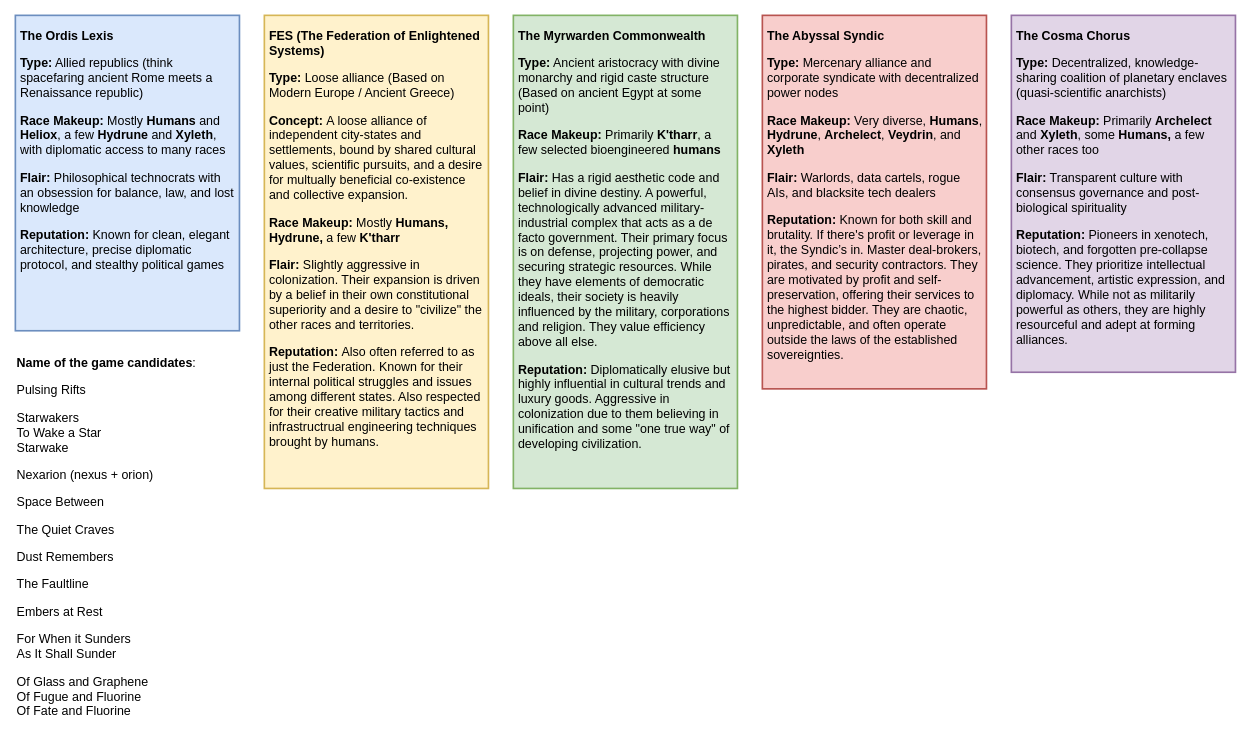
This is page "Factions" (1 of 4) of narratives/narrative world.drawio from eerieA/game-nexarion, a draw.io file, before an edit. Source tidied: cells renumbered, new cells numbered last; positions are measured from the earlier drawing's top-left corner, leaving out a move shared by most shapes. Both pictures are drawn from the tidied source at 83%, with x=0, y=0 at pixel (15, 15).
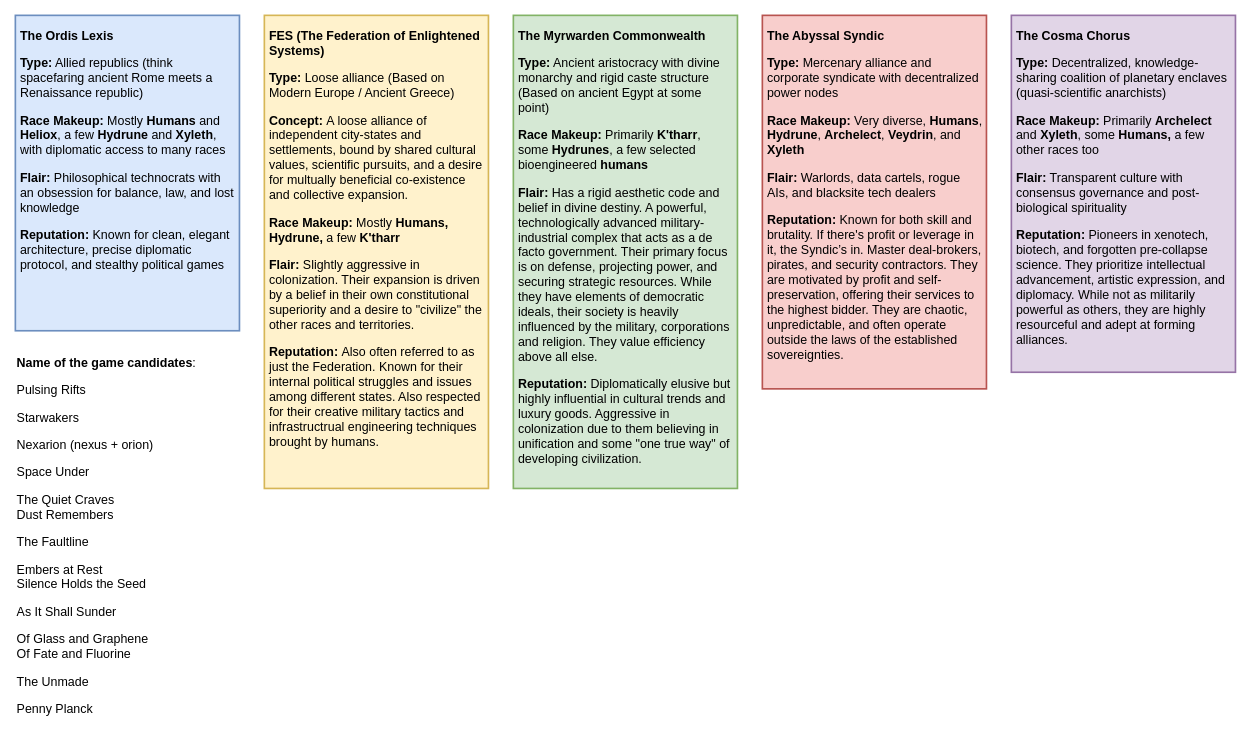
After the change.

The edit, as a diff of the source:
```diff
@@
 <mxGraphModel>
   <root>
     <mxCell id="0" />
     <mxCell id="1" parent="0" />
     <mxCell id="2" value="&lt;p&gt;&lt;strong&gt;The Ordis Lexis&lt;/strong&gt;&lt;/p&gt;&lt;p&gt;&lt;strong&gt;Type:&lt;/strong&gt; Allied republics (think spacefaring ancient Rome meets a Renaissance republic)&lt;/p&gt;&lt;p&gt;&lt;strong&gt;Race Makeup:&lt;/strong&gt; Mostly &lt;strong&gt;Humans&lt;/strong&gt; and &lt;strong&gt;Heliox&lt;/strong&gt;, a few &lt;strong&gt;Hydrune&lt;/strong&gt; and &lt;strong&gt;Xyleth&lt;/strong&gt;, with diplomatic access to many races&lt;/p&gt;&lt;p&gt;&lt;strong&gt;Flair:&lt;/strong&gt; Philosophical technocrats with an obsession for balance, law, and lost knowledge&lt;/p&gt;&lt;p&gt;&lt;strong&gt;Reputation:&lt;/strong&gt; Known for clean, elegant architecture, precise diplomatic protocol, and stealthy political games&lt;/p&gt;" style="rounded=0;whiteSpace=wrap;html=1;fillColor=#dae8fc;strokeColor=#6c8ebf;align=left;fontSize=15;verticalAlign=top;labelBackgroundColor=none;spacing=6;spacingTop=-10;strokeWidth=2;" parent="1" vertex="1">
       <mxGeometry width="270" height="380" as="geometry" />
     </mxCell>
     <mxCell id="3" value="&lt;p&gt;&lt;strong&gt;FES (&lt;/strong&gt;&lt;span style=&quot;background-color: transparent;&quot;&gt;&lt;b&gt;The Federation of Enlightened Systems&lt;/b&gt;&lt;/span&gt;&lt;strong style=&quot;background-color: transparent; color: light-dark(rgb(0, 0, 0), rgb(255, 255, 255));&quot;&gt;)&lt;/strong&gt;&lt;/p&gt;&lt;p&gt;&lt;strong&gt;Type:&lt;/strong&gt;&amp;nbsp;Loose alliance (Based on Modern Europe / Ancient Greece)&lt;/p&gt;&lt;p&gt;&lt;strong&gt;Concept:&lt;/strong&gt;&amp;nbsp;A loose alliance of independent city-states and settlements, bound by shared cultural values, scientific pursuits, and a desire for multually beneficial co-existence and collective expansion.&lt;/p&gt;&lt;p&gt;&lt;strong&gt;Race Makeup:&lt;/strong&gt; Mostly &lt;strong&gt;Humans, Hydrune, &lt;/strong&gt;a few &lt;strong&gt;K'tharr&lt;/strong&gt;&lt;/p&gt;&lt;p&gt;&lt;strong&gt;Flair:&lt;/strong&gt; Slightly aggressive in colonization. Their expansion is driven by a belief in their own constitutional superiority and a desire to &quot;civilize&quot; the other races and territories.&lt;/p&gt;&lt;p&gt;&lt;strong&gt;Reputation:&lt;/strong&gt;&amp;nbsp;Also often referred to as just the Federation. Known for their internal political struggles and issues among different states. Also respected for their creative military tactics and infrastructrual engineering techniques brought by humans.&lt;/p&gt;" style="rounded=0;whiteSpace=wrap;html=1;fillColor=#fff2cc;strokeColor=#d6b656;align=left;fontSize=15;verticalAlign=top;labelBackgroundColor=none;spacing=6;spacingTop=-10;strokeWidth=2;" parent="1" vertex="1">
       <mxGeometry x="300" width="270" height="570" as="geometry" />
     </mxCell>
-    <mxCell id="4" value="&lt;p&gt;&lt;strong&gt;The Myrwarden Commonwealth&lt;/strong&gt;&lt;/p&gt;&lt;p&gt;&lt;strong&gt;Type:&lt;/strong&gt; Ancient aristocracy with divine monarchy and rigid caste structure (Based on ancient Egypt at some point)&lt;/p&gt;&lt;p&gt;&lt;strong&gt;Race Makeup:&lt;/strong&gt; Primarily &lt;strong&gt;K'tharr&lt;/strong&gt;, a few selected bioengineered &lt;strong&gt;humans&lt;/strong&gt;&lt;/p&gt;&lt;p&gt;&lt;strong&gt;Flair:&lt;/strong&gt; Has a rigid aesthetic code and belief in divine destiny. A powerful, technologically advanced military-industrial complex that acts as a de facto government. Their primary focus is on defense, projecting power, and securing strategic resources. While they have elements of democratic ideals, their society is heavily influenced by the military, corporations and religion. They value efficiency above all else.&lt;/p&gt;&lt;p&gt;&lt;strong&gt;Reputation:&lt;/strong&gt; Diplomatically elusive but highly influential in cultural trends and luxury goods. Aggressive in colonization due to them believing in unification and some &quot;one true way&quot; of developing civilization.&lt;/p&gt;" style="rounded=0;whiteSpace=wrap;html=1;fillColor=#d5e8d4;strokeColor=#82b366;align=left;fontSize=15;verticalAlign=top;labelBackgroundColor=none;spacing=6;spacingTop=-10;strokeWidth=2;" parent="1" vertex="1">
+    <mxCell id="4" value="&lt;p&gt;&lt;strong&gt;The Myrwarden Commonwealth&lt;/strong&gt;&lt;/p&gt;&lt;p&gt;&lt;strong&gt;Type:&lt;/strong&gt; Ancient aristocracy with divine monarchy and rigid caste structure (Based on ancient Egypt at some point)&lt;/p&gt;&lt;p&gt;&lt;strong&gt;Race Makeup:&lt;/strong&gt; Primarily &lt;strong&gt;K'tharr&lt;/strong&gt;, some &lt;b&gt;Hydrunes&lt;/b&gt;, a few selected bioengineered &lt;strong&gt;humans&lt;/strong&gt;&lt;/p&gt;&lt;p&gt;&lt;strong&gt;Flair:&lt;/strong&gt; Has a rigid aesthetic code and belief in divine destiny. A powerful, technologically advanced military-industrial complex that acts as a de facto government. Their primary focus is on defense, projecting power, and securing strategic resources. While they have elements of democratic ideals, their society is heavily influenced by the military, corporations and religion. They value efficiency above all else.&lt;/p&gt;&lt;p&gt;&lt;strong&gt;Reputation:&lt;/strong&gt; Diplomatically elusive but highly influential in cultural trends and luxury goods. Aggressive in colonization due to them believing in unification and some &quot;one true way&quot; of developing civilization.&lt;/p&gt;" style="rounded=0;whiteSpace=wrap;html=1;fillColor=#d5e8d4;strokeColor=#82b366;align=left;fontSize=15;verticalAlign=top;labelBackgroundColor=none;spacing=6;spacingTop=-10;strokeWidth=2;" parent="1" vertex="1">
       <mxGeometry x="600" width="270" height="570" as="geometry" />
     </mxCell>
     <mxCell id="5" value="&lt;p&gt;&lt;strong&gt;The Abyssal Syndic&lt;/strong&gt;&lt;/p&gt;&lt;p&gt;&lt;strong&gt;Type:&lt;/strong&gt; Mercenary alliance and corporate syndicate with decentralized power nodes&lt;/p&gt;&lt;p&gt;&lt;strong&gt;Race Makeup:&lt;/strong&gt; Very diverse,&amp;nbsp;&lt;strong&gt;Humans&lt;/strong&gt;, &lt;strong&gt;Hydrune&lt;/strong&gt;, &lt;strong&gt;Archelect&lt;/strong&gt;, &lt;strong&gt;Veydrin&lt;/strong&gt;, and &lt;strong&gt;Xyleth&lt;/strong&gt;&lt;/p&gt;&lt;p&gt;&lt;strong&gt;Flair:&lt;/strong&gt; Warlords, data cartels, rogue AIs, and blacksite tech dealers&lt;/p&gt;&lt;p&gt;&lt;strong&gt;Reputation:&lt;/strong&gt; Known for both skill and brutality. If there's profit or leverage in it, the Syndic’s in. Master deal-brokers, pirates, and security contractors. They are motivated by profit and self-preservation, offering their services to the highest bidder. They are chaotic, unpredictable, and often operate outside the laws of the established sovereignties.&lt;/p&gt;" style="rounded=0;whiteSpace=wrap;html=1;fillColor=#f8cecc;strokeColor=#b85450;align=left;fontSize=15;verticalAlign=top;labelBackgroundColor=none;spacing=6;spacingTop=-10;strokeWidth=2;" parent="1" vertex="1">
       <mxGeometry x="900" width="270" height="450" as="geometry" />
     </mxCell>
     <mxCell id="6" value="&lt;p&gt;&lt;strong&gt;The Cosma Chorus&lt;/strong&gt;&lt;/p&gt;&lt;p&gt;&lt;strong&gt;Type:&lt;/strong&gt; Decentralized, knowledge-sharing coalition of planetary enclaves (quasi-scientific anarchists)&lt;/p&gt;&lt;p&gt;&lt;strong&gt;Race Makeup:&lt;/strong&gt; Primarily &lt;strong&gt;Archelect&lt;/strong&gt; and &lt;strong&gt;Xyleth&lt;/strong&gt;, some &lt;strong&gt;Humans, &lt;/strong&gt;a few other races too&lt;/p&gt;&lt;p&gt;&lt;strong&gt;Flair:&lt;/strong&gt; Transparent culture with consensus governance and post-biological spirituality&lt;/p&gt;&lt;p&gt;&lt;strong&gt;Reputation:&lt;/strong&gt; Pioneers in xenotech, biotech, and forgotten pre-collapse science. They prioritize intellectual advancement, artistic expression, and diplomacy. While not as militarily powerful as others, they are highly resourceful and adept at forming alliances.&lt;/p&gt;" style="rounded=0;whiteSpace=wrap;html=1;fillColor=#e1d5e7;strokeColor=#9673a6;align=left;fontSize=15;verticalAlign=top;labelBackgroundColor=none;spacing=6;spacingTop=-10;strokeWidth=2;" parent="1" vertex="1">
       <mxGeometry x="1200" width="270" height="430" as="geometry" />
     </mxCell>
-    <mxCell id="7" value="&lt;p&gt;&lt;b&gt;Name of the game candidates&lt;/b&gt;:&lt;/p&gt;&lt;p&gt;Pulsing Rifts&lt;/p&gt;&lt;p&gt;Starwakers&lt;br&gt;&lt;span style=&quot;background-color: transparent; color: light-dark(rgb(0, 0, 0), rgb(255, 255, 255));&quot;&gt;To Wake a Star&lt;br&gt;&lt;/span&gt;Starwake&lt;span style=&quot;background-color: transparent; color: light-dark(rgb(0, 0, 0), rgb(255, 255, 255));&quot;&gt;&lt;/span&gt;&lt;/p&gt;&lt;p&gt;Nexarion (nexus + orion)&lt;/p&gt;&lt;p&gt;Space Between&lt;/p&gt;&lt;p&gt;The Quiet Craves&lt;/p&gt;&lt;p&gt;Dust Remembers&lt;/p&gt;&lt;p&gt;The Faultline&lt;/p&gt;&lt;p&gt;Embers at Rest&lt;/p&gt;&lt;p&gt;For When it Sunders&lt;br&gt;&lt;span style=&quot;background-color: transparent; color: light-dark(rgb(0, 0, 0), rgb(255, 255, 255));&quot;&gt;As It Shall Sunder&lt;/span&gt;&lt;/p&gt;&lt;p&gt;Of Glass and Graphene&lt;br&gt;Of Fugue and Fluorine&lt;br&gt;&lt;span style=&quot;background-color: transparent; color: light-dark(rgb(0, 0, 0), rgb(255, 255, 255));&quot;&gt;Of Fate and Fluorine&lt;/span&gt;&lt;/p&gt;" style="text;html=1;align=left;verticalAlign=top;whiteSpace=wrap;rounded=0;fontSize=15;" parent="1" vertex="1">
+    <mxCell id="7" value="&lt;p&gt;&lt;b&gt;Name of the game candidates&lt;/b&gt;:&lt;/p&gt;&lt;p&gt;Pulsing Rifts&lt;/p&gt;&lt;p&gt;Starwakers&lt;/p&gt;&lt;p&gt;Nexarion (nexus + orion)&lt;/p&gt;&lt;p&gt;Space Under&lt;/p&gt;&lt;p&gt;The Quiet Craves&lt;br&gt;&lt;span style=&quot;background-color: transparent; color: light-dark(rgb(0, 0, 0), rgb(255, 255, 255));&quot;&gt;Dust Remembers&lt;/span&gt;&lt;/p&gt;&lt;p&gt;The Faultline&lt;/p&gt;&lt;p&gt;Embers at Rest&lt;br&gt;Silence Holds the Seed&lt;/p&gt;&lt;p&gt;&lt;span style=&quot;background-color: transparent; color: light-dark(rgb(0, 0, 0), rgb(255, 255, 255));&quot;&gt;As It Shall Sunder&lt;/span&gt;&lt;/p&gt;&lt;p&gt;Of Glass and Graphene&lt;br&gt;&lt;span style=&quot;background-color: transparent; color: light-dark(rgb(0, 0, 0), rgb(255, 255, 255));&quot;&gt;Of Fate and Fluorine&lt;/span&gt;&lt;/p&gt;&lt;p&gt;&lt;span style=&quot;background-color: transparent;&quot;&gt;The Unmade&lt;/span&gt;&lt;/p&gt;&lt;p&gt;&lt;span style=&quot;background-color: transparent;&quot;&gt;Penny Planck&lt;/span&gt;&lt;/p&gt;" style="text;html=1;align=left;verticalAlign=top;whiteSpace=wrap;rounded=0;fontSize=15;" parent="1" vertex="1">
       <mxGeometry y="388" width="252" height="453" as="geometry" />
     </mxCell>
   </root>
 </mxGraphModel>
```
